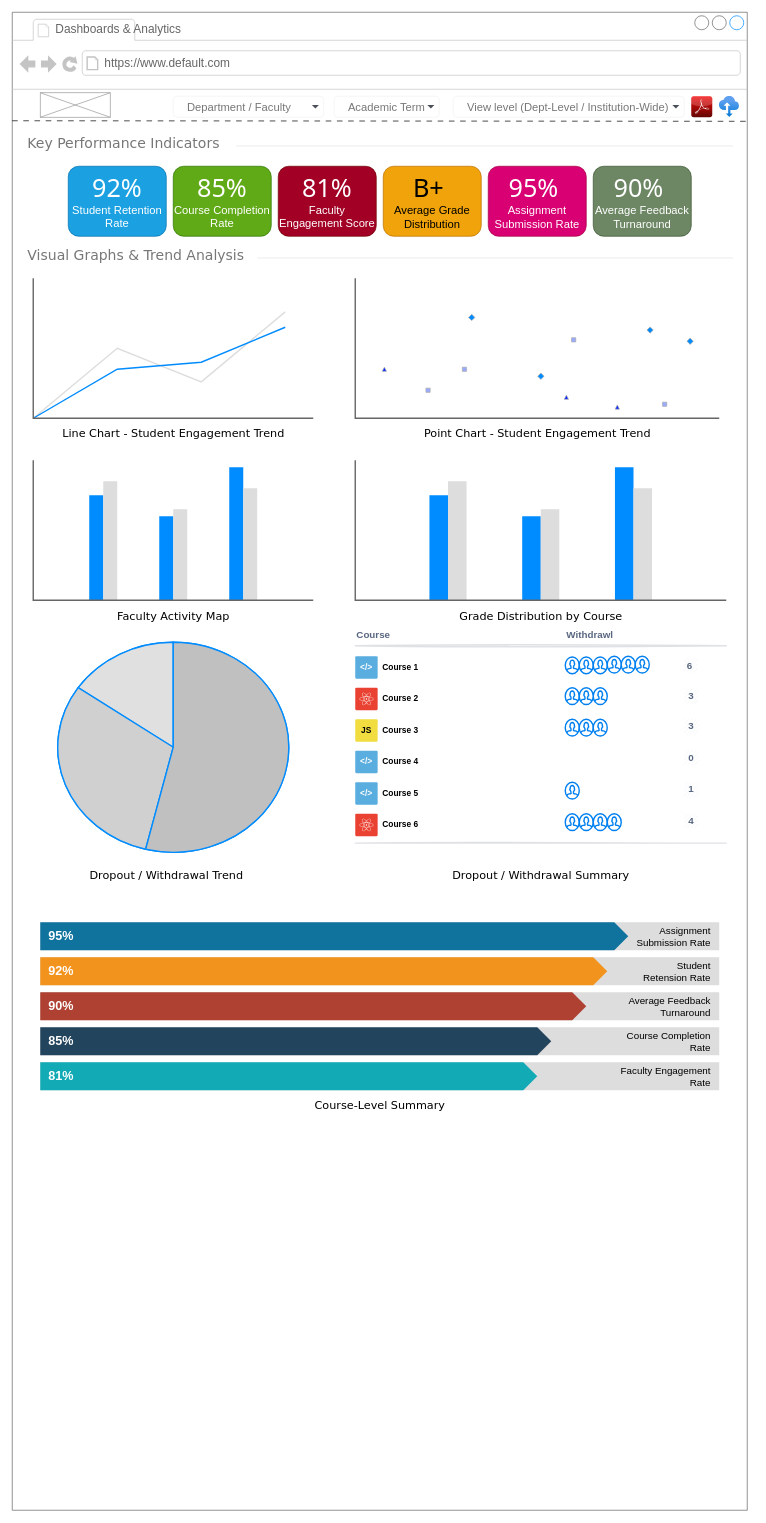
Before: page "Dashboards & Analytics" (2 of 10) of 02 - LMS-SysCollege/04 - UI_Designs/WireFrame.drawio in ZohaibWaqarMalik/Technical-Business-Analyst-Projects, a draw.io diagram. Source tidied: cells renumbered, new cells numbered last; positions are measured from the earlier drawing's top-left corner, leaving out a move shared by most shapes. Both pictures are drawn from the tidied source at 70%, with x=0, y=0 at pixel (12, 12).
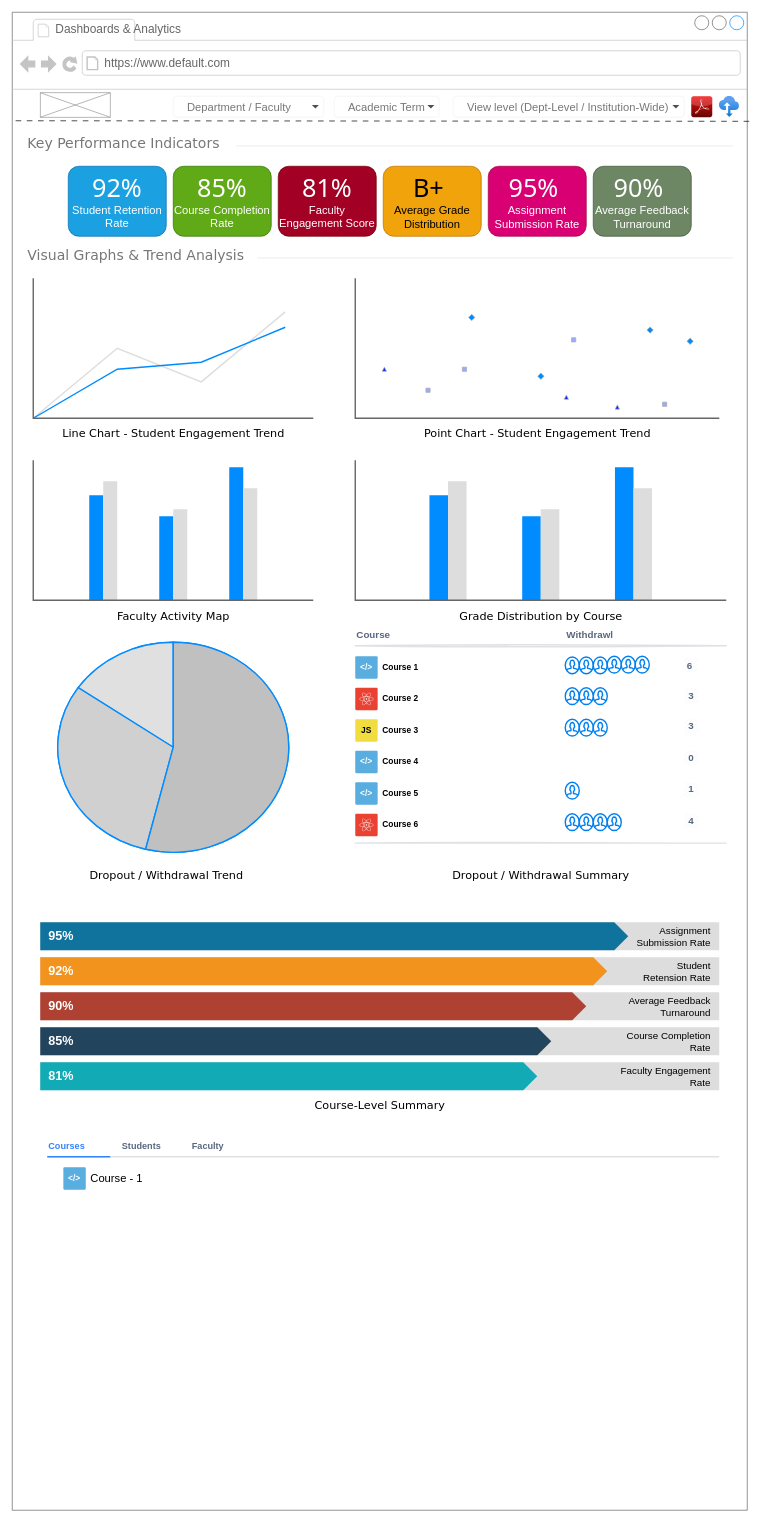
The same diagram, later.

Commit message:
Update Wireframe Dashboard and Analytics

Unchanged cells that the change refers to:
```xml
<mxCell id="2" style="strokeWidth=1;shadow=0;dashed=0;align=center;html=1;shape=mxgraph.mockup.containers.browserWindow;rSize=0;strokeColor=#666666;mainText=,;rounded=0;labelBackgroundColor=none;fontFamily=Verdana;fontSize=12;" parent="1" vertex="1">
  <mxGeometry width="1050" height="2140" as="geometry" />
</mxCell>
```

What changed in the source:
```diff
@@
+    <mxCell id="93" value="Courses" style="html=1;fillColor=none;strokeColor=none;fontSize=13;align=left;fontColor=#3384FF;fontStyle=1;whiteSpace=wrap;" parent="2" vertex="1">
+      <mxGeometry x="50" y="1610" width="90" height="20" as="geometry" />
+    </mxCell>
+    <mxCell id="94" value="Students" style="html=1;fillColor=none;strokeColor=none;fontSize=13;align=left;fontColor=#596780;fontStyle=1;whiteSpace=wrap;" parent="2" vertex="1">
+      <mxGeometry x="155" y="1610" width="90" height="20" as="geometry" />
+    </mxCell>
+    <mxCell id="95" style="shape=line;strokeWidth=2;html=1;strokeColor=#DFE1E5;" parent="2" vertex="1">
+      <mxGeometry x="50" y="1630" width="960" height="10" as="geometry" />
+    </mxCell>
+    <mxCell id="96" style="shape=line;strokeWidth=2;html=1;strokeColor=#3384FF;" parent="2" vertex="1">
+      <mxGeometry x="50" y="1630" width="90" height="10" as="geometry" />
+    </mxCell>
+    <mxCell id="97" value="Faculty" style="html=1;fillColor=none;strokeColor=none;fontSize=13;align=left;fontColor=#596780;fontStyle=1;whiteSpace=wrap;" parent="2" vertex="1">
+      <mxGeometry x="255" y="1610" width="90" height="20" as="geometry" />
+    </mxCell>
+    <mxCell id="98" value="&amp;lt;/&amp;gt;" style="rounded=1;arcSize=5;fillColor=#59ADDF;strokeColor=none;fontColor=#ffffff;align=center;verticalAlign=middle;whiteSpace=wrap;fontSize=12;fontStyle=1;html=1;sketch=0;hachureGap=4;fontFamily=Helvetica;" parent="2" vertex="1">
+      <mxGeometry x="73" y="1650" width="32" height="32" as="geometry" />
+    </mxCell>
+    <mxCell id="99" value="&lt;font style=&quot;font-weight: normal; font-size: 16px;&quot;&gt;Course - 1&lt;/font&gt;" style="html=1;fillColor=none;strokeColor=none;fontSize=12;align=left;fontColor=#000000;whiteSpace=wrap;fontStyle=1;sketch=1;hachureGap=4;fontFamily=Helvetica;" parent="2" vertex="1">
+      <mxGeometry x="110" y="1656" width="880" height="20" as="geometry" />
+    </mxCell>
     <mxCell id="92" style="endArrow=none;html=1;rounded=0;exitX=-0.003;exitY=0.189;exitDx=0;exitDy=0;exitPerimeter=0;entryX=1;entryY=0.19;entryDx=0;entryDy=0;entryPerimeter=0;fontColor=#777777;strokeWidth=1;dashed=1;dashPattern=8 8;" parent="1" edge="1">
       <mxGeometry relative="1" as="geometry">
-        <mxPoint x="-0.2" y="155" as="sourcePoint" />
-        <mxPoint x="1053" y="155.8" as="targetPoint" />
+        <mxPoint x="4.8" y="155" as="sourcePoint" />
+        <mxPoint x="1058" y="155.8" as="targetPoint" />
       </mxGeometry>
     </mxCell>
```
